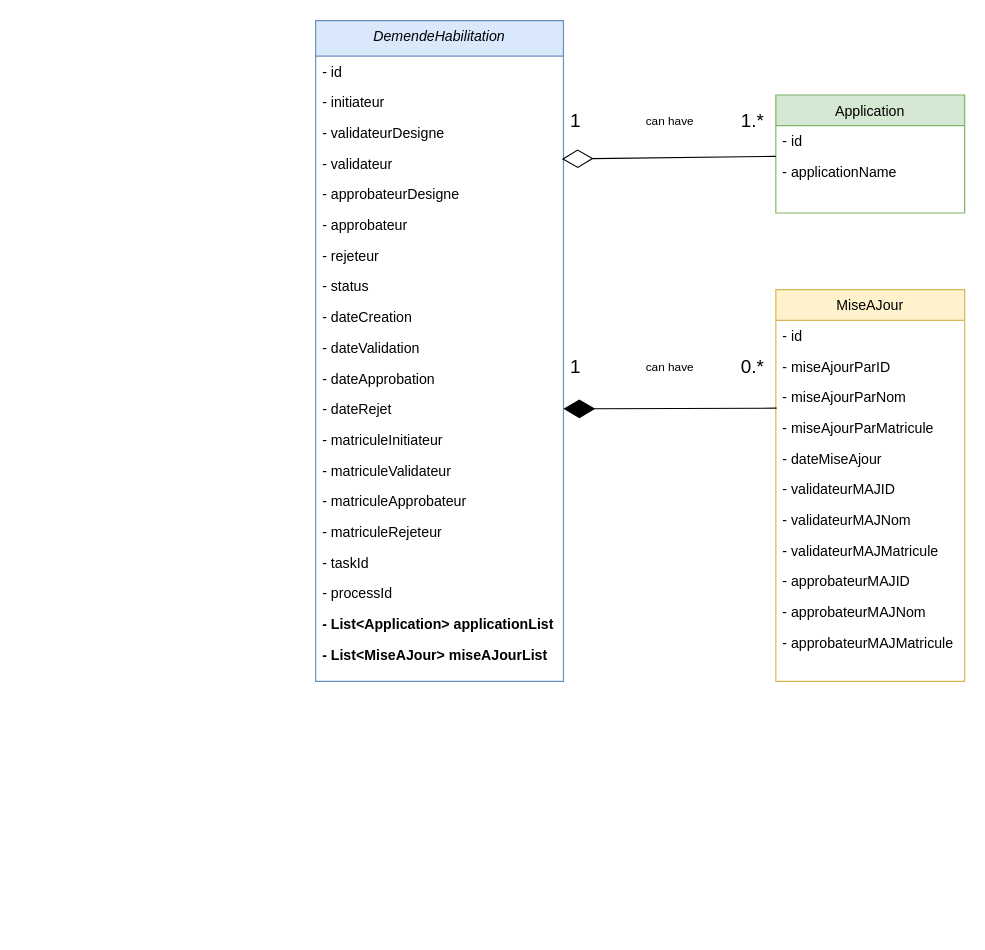
Earlier version of the draw.io diagram classDiagram.drawio (drissaitkassi/usecaseGestHab). Source tidied: cells renumbered, new cells numbered last; positions are measured from the earlier drawing's top-left corner, leaving out a move shared by most shapes. Both pictures are drawn from the tidied source at 118%, with x=0, y=0 at pixel (232, 20).
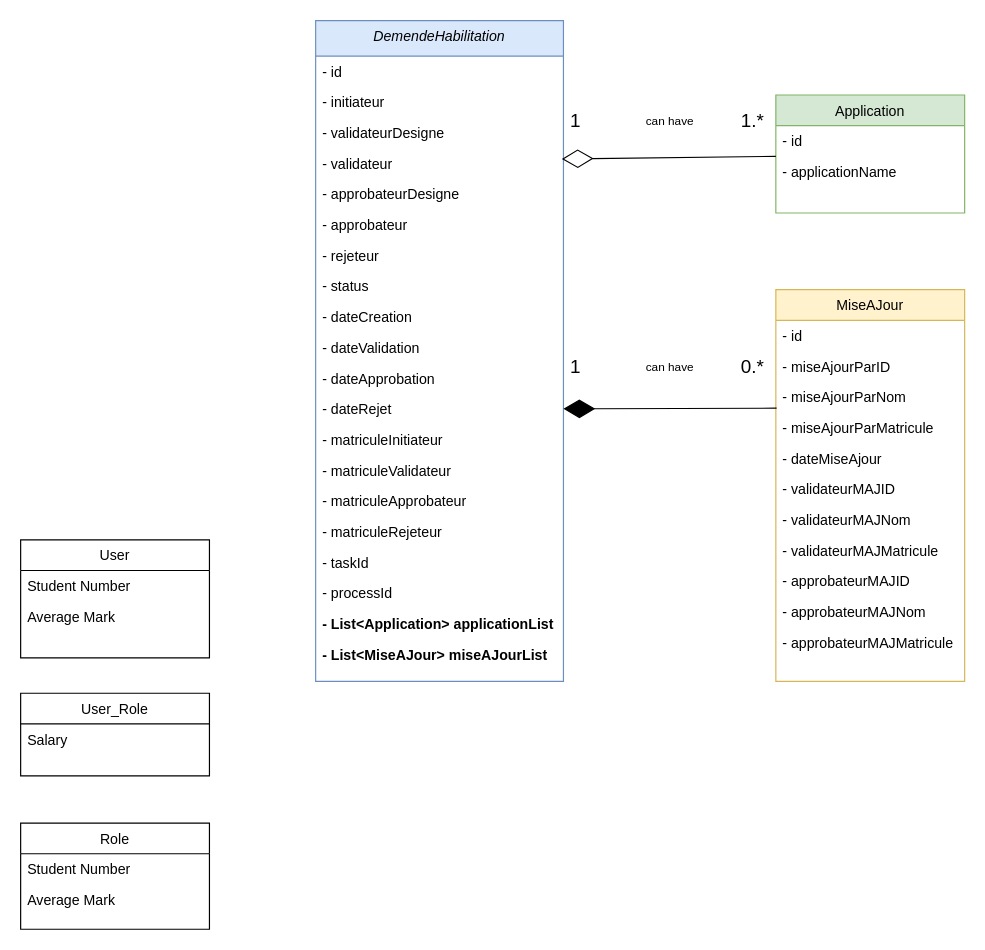
Above is the later version.

Diff of the diagram source:
```diff
@@
+    <mxCell id="47" value="User" style="swimlane;fontStyle=0;align=center;verticalAlign=top;horizontal=1;startSize=26;rounded=0;shadow=0;strokeWidth=1;" parent="1" vertex="1">
+      <mxGeometry x="-180" y="440" width="160" height="100" as="geometry" />
+    </mxCell>
+    <mxCell id="48" value="Student Number" style="text;align=left;verticalAlign=top;spacingLeft=4;spacingRight=4;overflow=hidden;" parent="47" vertex="1">
+      <mxGeometry y="26" width="160" height="26" as="geometry" />
+    </mxCell>
+    <mxCell id="49" value="Average Mark" style="text;align=left;verticalAlign=top;spacingLeft=4;spacingRight=4;overflow=hidden;rounded=0;shadow=0;html=0;" parent="47" vertex="1">
+      <mxGeometry y="52" width="160" height="26" as="geometry" />
+    </mxCell>
+    <mxCell id="50" value="User_Role" style="swimlane;fontStyle=0;align=center;verticalAlign=top;horizontal=1;startSize=26;rounded=0;shadow=0;strokeWidth=1;" parent="1" vertex="1">
+      <mxGeometry x="-180" y="570" width="160" height="70" as="geometry" />
+    </mxCell>
+    <mxCell id="51" value="Salary" style="text;align=left;verticalAlign=top;spacingLeft=4;spacingRight=4;overflow=hidden;" parent="50" vertex="1">
+      <mxGeometry y="26" width="160" height="26" as="geometry" />
+    </mxCell>
+    <mxCell id="52" value="Role" style="swimlane;fontStyle=0;align=center;verticalAlign=top;horizontal=1;startSize=26;rounded=0;shadow=0;strokeWidth=1;" parent="1" vertex="1">
+      <mxGeometry x="-180" y="680" width="160" height="90" as="geometry" />
+    </mxCell>
+    <mxCell id="53" value="Student Number" style="text;align=left;verticalAlign=top;spacingLeft=4;spacingRight=4;overflow=hidden;" parent="52" vertex="1">
+      <mxGeometry y="26" width="160" height="26" as="geometry" />
+    </mxCell>
+    <mxCell id="54" value="Average Mark" style="text;align=left;verticalAlign=top;spacingLeft=4;spacingRight=4;overflow=hidden;rounded=0;shadow=0;html=0;" parent="52" vertex="1">
+      <mxGeometry y="52" width="160" height="26" as="geometry" />
+    </mxCell>
```
